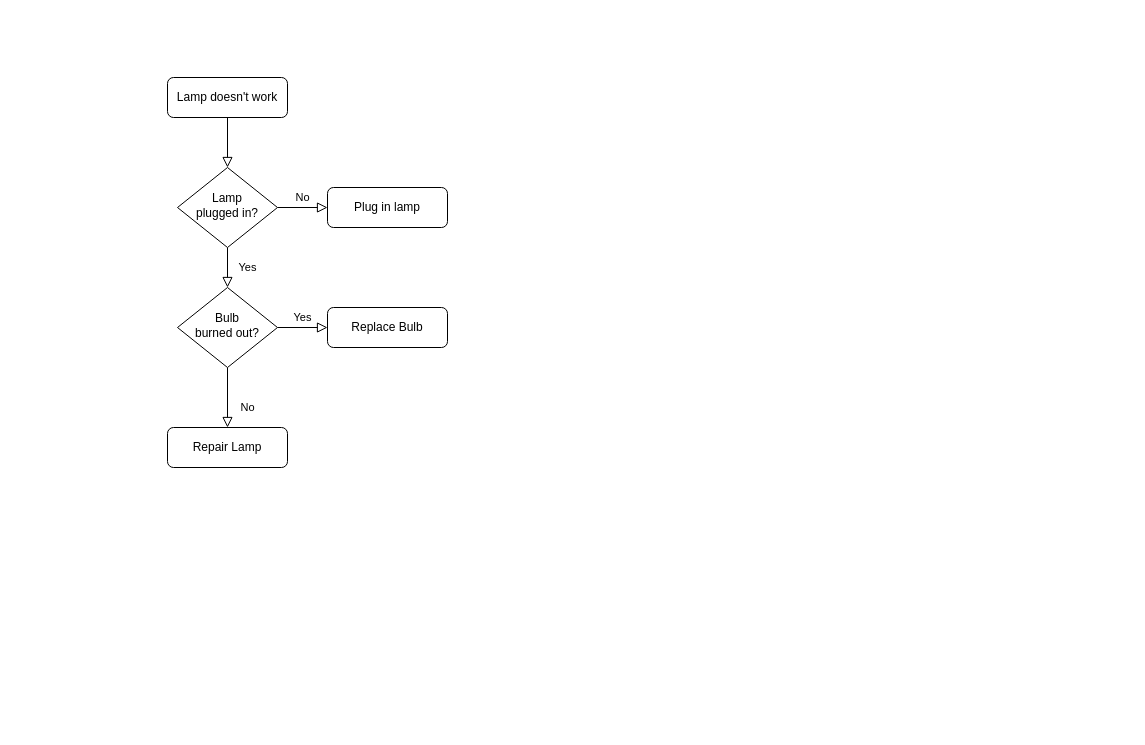
This is Untitled Diagram.drawio from Austin926/code, a draw.io file, before an edit. Source tidied: cells renumbered, new cells numbered last; positions are measured from the earlier drawing's top-left corner, leaving out a move shared by most shapes. Both pictures are drawn from the tidied source at 100%, with x=0, y=0 at pixel (167, 77).
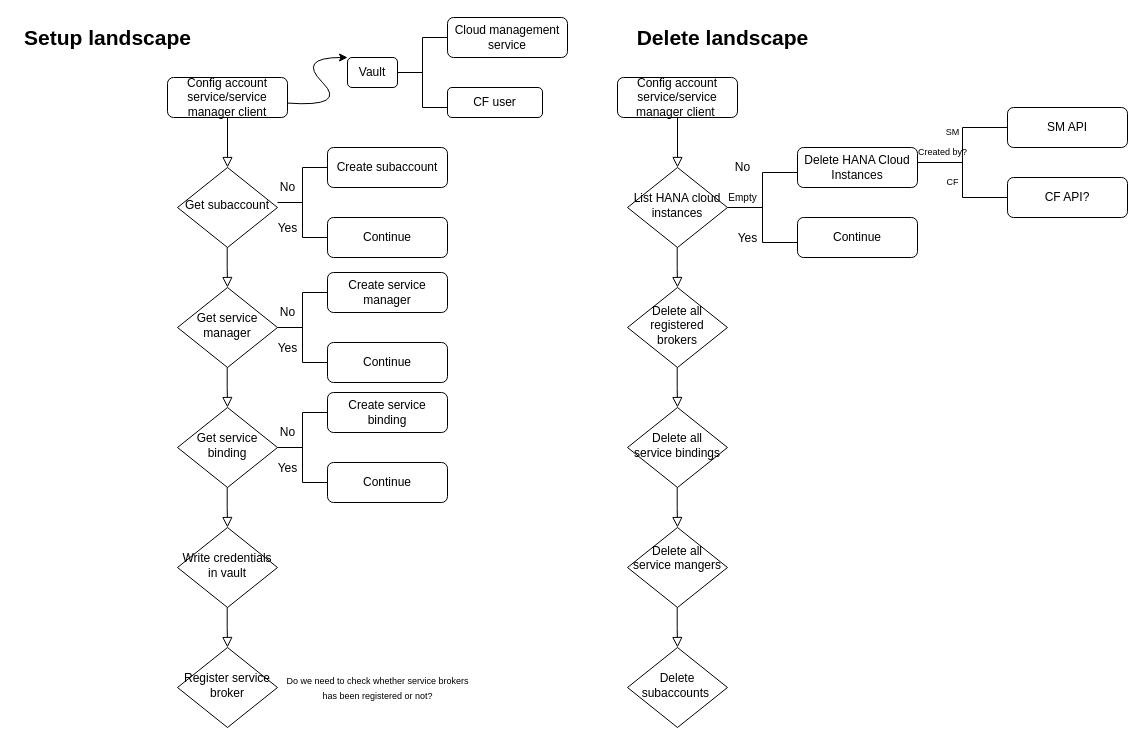
The same page after the edit.

Commit message:
subaccount model

Diff of the diagram source:
```diff
@@
-    <mxCell id="3" value="Lamp doesn't work" style="rounded=1;whiteSpace=wrap;html=1;fontSize=12;glass=0;strokeWidth=1;shadow=0;" parent="1" vertex="1">
+    <mxCell id="3" value="Config account service/service manager client" style="rounded=1;whiteSpace=wrap;html=1;fontSize=12;glass=0;strokeWidth=1;shadow=0;" parent="1" vertex="1">
       <mxGeometry width="120" height="40" as="geometry" />
     </mxCell>
-    <mxCell id="4" value="Yes" style="rounded=0;html=1;jettySize=auto;fontSize=11;endArrow=block;endFill=0;endSize=8;strokeWidth=1;shadow=0;labelBackgroundColor=none;edgeStyle=orthogonalEdgeStyle;" parent="1" edge="1" source="6" target="10">
-      <mxGeometry y="20" relative="1" as="geometry" />
-    </mxCell>
-    <mxCell id="5" value="No" style="edgeStyle=orthogonalEdgeStyle;rounded=0;html=1;jettySize=auto;fontSize=11;endArrow=block;endFill=0;endSize=8;strokeWidth=1;shadow=0;labelBackgroundColor=none;" parent="1" edge="1" source="6" target="7">
-      <mxGeometry y="10" relative="1" as="geometry" />
-    </mxCell>
-    <mxCell id="6" value="Lamp&lt;br&gt;plugged in?" style="rhombus;whiteSpace=wrap;html=1;shadow=0;fontFamily=Helvetica;fontSize=12;align=center;strokeWidth=1;spacing=6;spacingTop=-4;" parent="1" vertex="1">
+    <mxCell id="6" value="Get subaccount" style="rhombus;whiteSpace=wrap;html=1;shadow=0;fontFamily=Helvetica;fontSize=12;align=center;strokeWidth=1;spacing=6;spacingTop=-4;" parent="1" vertex="1">
       <mxGeometry x="10" y="90" width="100" height="80" as="geometry" />
     </mxCell>
-    <mxCell id="7" value="Plug in lamp" style="rounded=1;whiteSpace=wrap;html=1;fontSize=12;glass=0;strokeWidth=1;shadow=0;" parent="1" vertex="1">
-      <mxGeometry x="160" y="110" width="120" height="40" as="geometry" />
+    <mxCell id="7" value="Create subaccount" style="rounded=1;whiteSpace=wrap;html=1;fontSize=12;glass=0;strokeWidth=1;shadow=0;" parent="1" vertex="1">
+      <mxGeometry x="160" y="70" width="120" height="40" as="geometry" />
     </mxCell>
-    <mxCell id="8" value="No" style="rounded=0;html=1;jettySize=auto;fontSize=11;endArrow=block;endFill=0;endSize=8;strokeWidth=1;shadow=0;labelBackgroundColor=none;edgeStyle=orthogonalEdgeStyle;" parent="1" edge="1" source="10" target="11">
-      <mxGeometry x="0.33" y="20" relative="1" as="geometry" />
-    </mxCell>
-    <mxCell id="9" value="Yes" style="edgeStyle=orthogonalEdgeStyle;rounded=0;html=1;jettySize=auto;fontSize=11;endArrow=block;endFill=0;endSize=8;strokeWidth=1;shadow=0;labelBackgroundColor=none;" parent="1" edge="1" source="10" target="12">
-      <mxGeometry y="10" relative="1" as="geometry" />
-    </mxCell>
-    <mxCell id="10" value="Bulb&lt;br&gt;burned out?" style="rhombus;whiteSpace=wrap;html=1;shadow=0;fontFamily=Helvetica;fontSize=12;align=center;strokeWidth=1;spacing=6;spacingTop=-4;" parent="1" vertex="1">
+    <mxCell id="10" value="Get service manager" style="rhombus;whiteSpace=wrap;html=1;shadow=0;fontFamily=Helvetica;fontSize=12;align=center;strokeWidth=1;spacing=6;spacingTop=-4;" parent="1" vertex="1">
       <mxGeometry x="10" y="210" width="100" height="80" as="geometry" />
     </mxCell>
-    <mxCell id="11" value="Repair Lamp" style="rounded=1;whiteSpace=wrap;html=1;fontSize=12;glass=0;strokeWidth=1;shadow=0;" parent="1" vertex="1">
-      <mxGeometry y="350" width="120" height="40" as="geometry" />
-    </mxCell>
-    <mxCell id="12" value="Replace Bulb" style="rounded=1;whiteSpace=wrap;html=1;fontSize=12;glass=0;strokeWidth=1;shadow=0;" parent="1" vertex="1">
-      <mxGeometry x="160" y="230" width="120" height="40" as="geometry" />
-    </mxCell>
+    <mxCell id="13" style="strokeWidth=1;html=1;shape=mxgraph.flowchart.annotation_2;align=left;labelPosition=right;strokeColor=default;fillColor=default;" parent="1" vertex="1">
+      <mxGeometry x="110" y="90" width="50" height="70" as="geometry" />
+    </mxCell>
+    <mxCell id="14" value="Continue" style="rounded=1;whiteSpace=wrap;html=1;fontSize=12;glass=0;strokeWidth=1;shadow=0;" parent="1" vertex="1">
+      <mxGeometry x="160" y="140" width="120" height="40" as="geometry" />
+    </mxCell>
+    <mxCell id="15" value="No" style="text;html=1;align=center;verticalAlign=middle;fillColor=none;strokeColor=none;rounded=0;" parent="1" vertex="1">
+      <mxGeometry x="105" y="100" width="30" height="20" as="geometry" />
+    </mxCell>
+    <mxCell id="16" value="&lt;p style=&quot;line-height: 1&quot;&gt;Yes&lt;/p&gt;" style="text;html=1;align=center;verticalAlign=middle;fillColor=none;strokeColor=none;rounded=0;" parent="1" vertex="1">
+      <mxGeometry x="100" y="130" width="40" height="40" as="geometry" />
+    </mxCell>
+    <mxCell id="17" style="rounded=0;html=1;jettySize=auto;orthogonalLoop=1;fontSize=11;endArrow=block;endFill=0;endSize=8;strokeWidth=1;shadow=0;labelBackgroundColor=none;edgeStyle=orthogonalEdgeStyle;" parent="1" edge="1">
+      <mxGeometry relative="1" as="geometry">
+        <mxPoint x="59.7" y="170" as="sourcePoint" />
+        <mxPoint x="60" y="210" as="targetPoint" />
+        <Array as="points">
+          <mxPoint x="60" y="190" />
+        </Array>
+      </mxGeometry>
+    </mxCell>
+    <mxCell id="18" value="Create service manager" style="rounded=1;whiteSpace=wrap;html=1;fontSize=12;glass=0;strokeWidth=1;shadow=0;" parent="1" vertex="1">
+      <mxGeometry x="160" y="195" width="120" height="40" as="geometry" />
+    </mxCell>
+    <mxCell id="19" style="strokeWidth=1;html=1;shape=mxgraph.flowchart.annotation_2;align=left;labelPosition=right;strokeColor=default;fillColor=default;" parent="1" vertex="1">
+      <mxGeometry x="110" y="215" width="50" height="70" as="geometry" />
+    </mxCell>
+    <mxCell id="20" value="Continue" style="rounded=1;whiteSpace=wrap;html=1;fontSize=12;glass=0;strokeWidth=1;shadow=0;" parent="1" vertex="1">
+      <mxGeometry x="160" y="265" width="120" height="40" as="geometry" />
+    </mxCell>
+    <mxCell id="21" value="No" style="text;html=1;align=center;verticalAlign=middle;fillColor=none;strokeColor=none;rounded=0;" parent="1" vertex="1">
+      <mxGeometry x="105" y="225" width="30" height="20" as="geometry" />
+    </mxCell>
+    <mxCell id="22" value="&lt;p style=&quot;line-height: 1&quot;&gt;Yes&lt;/p&gt;" style="text;html=1;align=center;verticalAlign=middle;fillColor=none;strokeColor=none;rounded=0;" parent="1" vertex="1">
+      <mxGeometry x="100" y="250" width="40" height="40" as="geometry" />
+    </mxCell>
+    <mxCell id="23" value="Get service binding" style="rhombus;whiteSpace=wrap;html=1;shadow=0;fontFamily=Helvetica;fontSize=12;align=center;strokeWidth=1;spacing=6;spacingTop=-4;" parent="1" vertex="1">
+      <mxGeometry x="10" y="330" width="100" height="80" as="geometry" />
+    </mxCell>
+    <mxCell id="24" style="rounded=0;html=1;jettySize=auto;orthogonalLoop=1;fontSize=11;endArrow=block;endFill=0;endSize=8;strokeWidth=1;shadow=0;labelBackgroundColor=none;edgeStyle=orthogonalEdgeStyle;" parent="1" edge="1">
+      <mxGeometry relative="1" as="geometry">
+        <mxPoint x="59.7" y="290" as="sourcePoint" />
+        <mxPoint x="60" y="330" as="targetPoint" />
+        <Array as="points">
+          <mxPoint x="60" y="310" />
+        </Array>
+      </mxGeometry>
+    </mxCell>
+    <mxCell id="25" value="Create service binding" style="rounded=1;whiteSpace=wrap;html=1;fontSize=12;glass=0;strokeWidth=1;shadow=0;" parent="1" vertex="1">
+      <mxGeometry x="160" y="315" width="120" height="40" as="geometry" />
+    </mxCell>
+    <mxCell id="26" style="strokeWidth=1;html=1;shape=mxgraph.flowchart.annotation_2;align=left;labelPosition=right;strokeColor=default;fillColor=default;" parent="1" vertex="1">
+      <mxGeometry x="110" y="335" width="50" height="70" as="geometry" />
+    </mxCell>
+    <mxCell id="27" value="Continue" style="rounded=1;whiteSpace=wrap;html=1;fontSize=12;glass=0;strokeWidth=1;shadow=0;" parent="1" vertex="1">
+      <mxGeometry x="160" y="385" width="120" height="40" as="geometry" />
+    </mxCell>
+    <mxCell id="28" value="No" style="text;html=1;align=center;verticalAlign=middle;fillColor=none;strokeColor=none;rounded=0;" parent="1" vertex="1">
+      <mxGeometry x="105" y="345" width="30" height="20" as="geometry" />
+    </mxCell>
+    <mxCell id="29" value="&lt;p style=&quot;line-height: 1&quot;&gt;Yes&lt;/p&gt;" style="text;html=1;align=center;verticalAlign=middle;fillColor=none;strokeColor=none;rounded=0;" parent="1" vertex="1">
+      <mxGeometry x="100" y="370" width="40" height="40" as="geometry" />
+    </mxCell>
+    <mxCell id="30" value="Write credentials in vault" style="rhombus;whiteSpace=wrap;html=1;shadow=0;fontFamily=Helvetica;fontSize=12;align=center;strokeWidth=1;spacing=6;spacingTop=-4;" parent="1" vertex="1">
+      <mxGeometry x="10" y="450" width="100" height="80" as="geometry" />
+    </mxCell>
+    <mxCell id="31" style="rounded=0;html=1;jettySize=auto;orthogonalLoop=1;fontSize=11;endArrow=block;endFill=0;endSize=8;strokeWidth=1;shadow=0;labelBackgroundColor=none;edgeStyle=orthogonalEdgeStyle;" parent="1" edge="1">
+      <mxGeometry relative="1" as="geometry">
+        <mxPoint x="59.7" y="410" as="sourcePoint" />
+        <mxPoint x="60" y="450" as="targetPoint" />
+        <Array as="points">
+          <mxPoint x="60" y="430" />
+        </Array>
+      </mxGeometry>
+    </mxCell>
+    <mxCell id="32" value="&lt;b&gt;&lt;font style=&quot;font-size: 21px&quot;&gt;Setup landscape&lt;/font&gt;&lt;/b&gt;" style="text;html=1;align=center;verticalAlign=middle;fillColor=none;strokeColor=none;rounded=0;" parent="1" vertex="1">
+      <mxGeometry x="-150" y="-50" width="180" height="20" as="geometry" />
+    </mxCell>
+    <mxCell id="33" style="rounded=0;html=1;jettySize=auto;fontSize=11;endArrow=block;endFill=0;endSize=8;strokeWidth=1;shadow=0;labelBackgroundColor=none;edgeStyle=orthogonalEdgeStyle;" parent="1" edge="1" source="34" target="35">
+      <mxGeometry relative="1" as="geometry" />
+    </mxCell>
+    <mxCell id="34" value="Config account service/service manager client&amp;nbsp;" style="rounded=1;whiteSpace=wrap;html=1;fontSize=12;glass=0;strokeWidth=1;shadow=0;" parent="1" vertex="1">
+      <mxGeometry x="450" width="120" height="40" as="geometry" />
+    </mxCell>
+    <mxCell id="35" value="List HANA cloud instances" style="rhombus;whiteSpace=wrap;html=1;shadow=0;fontFamily=Helvetica;fontSize=12;align=center;strokeWidth=1;spacing=6;spacingTop=-4;" parent="1" vertex="1">
+      <mxGeometry x="460" y="90" width="100" height="80" as="geometry" />
+    </mxCell>
+    <mxCell id="36" value="Delete HANA Cloud Instances" style="rounded=1;whiteSpace=wrap;html=1;fontSize=12;glass=0;strokeWidth=1;shadow=0;" parent="1" vertex="1">
+      <mxGeometry x="630" y="70" width="120" height="40" as="geometry" />
+    </mxCell>
+    <mxCell id="37" value="Delete all registered brokers" style="rhombus;whiteSpace=wrap;html=1;shadow=0;fontFamily=Helvetica;fontSize=12;align=center;strokeWidth=1;spacing=6;spacingTop=-4;" parent="1" vertex="1">
+      <mxGeometry x="460" y="210" width="100" height="80" as="geometry" />
+    </mxCell>
+    <mxCell id="38" style="strokeWidth=1;html=1;shape=mxgraph.flowchart.annotation_2;align=left;labelPosition=right;strokeColor=default;fillColor=default;" parent="1" vertex="1">
+      <mxGeometry x="560" y="95" width="70" height="70" as="geometry" />
+    </mxCell>
+    <mxCell id="39" value="Continue" style="rounded=1;whiteSpace=wrap;html=1;fontSize=12;glass=0;strokeWidth=1;shadow=0;" parent="1" vertex="1">
+      <mxGeometry x="630" y="140" width="120" height="40" as="geometry" />
+    </mxCell>
+    <mxCell id="40" value="&lt;p style=&quot;line-height: 1; font-size: 10px;&quot;&gt;Empty&lt;/p&gt;" style="text;html=1;align=center;verticalAlign=middle;fillColor=none;strokeColor=none;rounded=0;fontSize=10;" parent="1" vertex="1">
+      <mxGeometry x="555" y="100" width="40" height="40" as="geometry" />
+    </mxCell>
+    <mxCell id="41" style="rounded=0;html=1;jettySize=auto;orthogonalLoop=1;fontSize=11;endArrow=block;endFill=0;endSize=8;strokeWidth=1;shadow=0;labelBackgroundColor=none;edgeStyle=orthogonalEdgeStyle;" parent="1" edge="1">
+      <mxGeometry relative="1" as="geometry">
+        <mxPoint x="509.7" y="170" as="sourcePoint" />
+        <mxPoint x="510" y="210" as="targetPoint" />
+        <Array as="points">
+          <mxPoint x="510" y="190" />
+        </Array>
+      </mxGeometry>
+    </mxCell>
+    <mxCell id="42" value="Delete all service bindings" style="rhombus;whiteSpace=wrap;html=1;shadow=0;fontFamily=Helvetica;fontSize=12;align=center;strokeWidth=1;spacing=6;spacingTop=-4;" parent="1" vertex="1">
+      <mxGeometry x="460" y="330" width="100" height="80" as="geometry" />
+    </mxCell>
+    <mxCell id="43" style="rounded=0;html=1;jettySize=auto;orthogonalLoop=1;fontSize=11;endArrow=block;endFill=0;endSize=8;strokeWidth=1;shadow=0;labelBackgroundColor=none;edgeStyle=orthogonalEdgeStyle;" parent="1" edge="1">
+      <mxGeometry relative="1" as="geometry">
+        <mxPoint x="509.7" y="290" as="sourcePoint" />
+        <mxPoint x="510" y="330" as="targetPoint" />
+        <Array as="points">
+          <mxPoint x="510" y="310" />
+        </Array>
+      </mxGeometry>
+    </mxCell>
+    <mxCell id="44" value="Delete all service mangers&lt;br&gt;&amp;nbsp;" style="rhombus;whiteSpace=wrap;html=1;shadow=0;fontFamily=Helvetica;fontSize=12;align=center;strokeWidth=1;spacing=6;spacingTop=-4;" parent="1" vertex="1">
+      <mxGeometry x="460" y="450" width="100" height="80" as="geometry" />
+    </mxCell>
+    <mxCell id="45" style="rounded=0;html=1;jettySize=auto;orthogonalLoop=1;fontSize=11;endArrow=block;endFill=0;endSize=8;strokeWidth=1;shadow=0;labelBackgroundColor=none;edgeStyle=orthogonalEdgeStyle;" parent="1" edge="1">
+      <mxGeometry relative="1" as="geometry">
+        <mxPoint x="509.7" y="410" as="sourcePoint" />
+        <mxPoint x="510" y="450" as="targetPoint" />
+        <Array as="points">
+          <mxPoint x="510" y="430" />
+        </Array>
+      </mxGeometry>
+    </mxCell>
+    <mxCell id="46" value="&lt;b&gt;&lt;font style=&quot;font-size: 21px&quot;&gt;Delete landscape&lt;/font&gt;&lt;/b&gt;" style="text;html=1;align=center;verticalAlign=middle;fillColor=none;strokeColor=none;rounded=0;" parent="1" vertex="1">
+      <mxGeometry x="460" y="-50" width="190" height="20" as="geometry" />
+    </mxCell>
+    <mxCell id="47" value="SM API" style="rounded=1;whiteSpace=wrap;html=1;fontSize=12;glass=0;strokeWidth=1;shadow=0;" parent="1" vertex="1">
+      <mxGeometry x="840" y="30" width="120" height="40" as="geometry" />
+    </mxCell>
+    <mxCell id="48" style="strokeWidth=1;html=1;shape=mxgraph.flowchart.annotation_2;align=left;labelPosition=right;strokeColor=default;fillColor=default;" parent="1" vertex="1">
+      <mxGeometry x="750" y="50" width="90" height="70" as="geometry" />
+    </mxCell>
+    <mxCell id="49" value="CF API?" style="rounded=1;whiteSpace=wrap;html=1;fontSize=12;glass=0;strokeWidth=1;shadow=0;" parent="1" vertex="1">
+      <mxGeometry x="840" y="100" width="120" height="40" as="geometry" />
+    </mxCell>
+    <mxCell id="50" value="&lt;p style=&quot;line-height: 1&quot;&gt;Yes&lt;/p&gt;" style="text;html=1;align=center;verticalAlign=middle;fillColor=none;strokeColor=none;rounded=0;" parent="1" vertex="1">
+      <mxGeometry x="560" y="140" width="40" height="40" as="geometry" />
+    </mxCell>
+    <mxCell id="51" value="No" style="text;html=1;align=center;verticalAlign=middle;fillColor=none;strokeColor=none;rounded=0;" parent="1" vertex="1">
+      <mxGeometry x="560" y="80" width="30" height="20" as="geometry" />
+    </mxCell>
+    <mxCell id="52" value="&lt;p style=&quot;line-height: 1; font-size: 9px;&quot;&gt;Created by?&lt;/p&gt;" style="text;html=1;align=center;verticalAlign=middle;fillColor=none;strokeColor=none;rounded=0;fontSize=9;" parent="1" vertex="1">
+      <mxGeometry x="745" y="60" width="60" height="30" as="geometry" />
+    </mxCell>
+    <mxCell id="53" value="&lt;p style=&quot;line-height: 1 ; font-size: 9px&quot;&gt;SM&lt;/p&gt;" style="text;html=1;align=center;verticalAlign=middle;fillColor=none;strokeColor=none;rounded=0;fontSize=9;" parent="1" vertex="1">
+      <mxGeometry x="770" y="40" width="30" height="30" as="geometry" />
+    </mxCell>
+    <mxCell id="54" value="&lt;p style=&quot;line-height: 1; font-size: 9px;&quot;&gt;CF&lt;/p&gt;" style="text;html=1;align=center;verticalAlign=middle;fillColor=none;strokeColor=none;rounded=0;fontSize=9;" parent="1" vertex="1">
+      <mxGeometry x="770" y="90" width="30" height="30" as="geometry" />
+    </mxCell>
+    <mxCell id="55" value="Delete subaccounts&amp;nbsp;" style="rhombus;whiteSpace=wrap;html=1;shadow=0;fontFamily=Helvetica;fontSize=12;align=center;strokeWidth=1;spacing=6;spacingTop=-4;" parent="1" vertex="1">
+      <mxGeometry x="460" y="570" width="100" height="80" as="geometry" />
+    </mxCell>
+    <mxCell id="56" style="rounded=0;html=1;jettySize=auto;orthogonalLoop=1;fontSize=11;endArrow=block;endFill=0;endSize=8;strokeWidth=1;shadow=0;labelBackgroundColor=none;edgeStyle=orthogonalEdgeStyle;" parent="1" edge="1">
+      <mxGeometry relative="1" as="geometry">
+        <mxPoint x="509.7" y="530" as="sourcePoint" />
+        <mxPoint x="510" y="570" as="targetPoint" />
+        <Array as="points">
+          <mxPoint x="510" y="550" />
+        </Array>
+      </mxGeometry>
+    </mxCell>
+    <mxCell id="57" value="Register service broker" style="rhombus;whiteSpace=wrap;html=1;shadow=0;fontFamily=Helvetica;fontSize=12;align=center;strokeWidth=1;spacing=6;spacingTop=-4;" parent="1" vertex="1">
+      <mxGeometry x="10" y="570" width="100" height="80" as="geometry" />
+    </mxCell>
+    <mxCell id="58" style="rounded=0;html=1;jettySize=auto;orthogonalLoop=1;fontSize=11;endArrow=block;endFill=0;endSize=8;strokeWidth=1;shadow=0;labelBackgroundColor=none;edgeStyle=orthogonalEdgeStyle;" parent="1" edge="1">
+      <mxGeometry relative="1" as="geometry">
+        <mxPoint x="59.7" y="530" as="sourcePoint" />
+        <mxPoint x="60" y="570" as="targetPoint" />
+        <Array as="points">
+          <mxPoint x="60" y="550" />
+        </Array>
+      </mxGeometry>
+    </mxCell>
+    <mxCell id="59" value="&lt;font style=&quot;font-size: 9px&quot;&gt;Do we need to check whether service brokers &lt;br&gt;has been registered or not?&lt;/font&gt;" style="text;html=1;align=center;verticalAlign=middle;fillColor=none;strokeColor=none;rounded=0;" parent="1" vertex="1">
+      <mxGeometry x="110" y="590" width="200" height="40" as="geometry" />
+    </mxCell>
+    <mxCell id="60" value="Vault" style="rounded=1;whiteSpace=wrap;html=1;fontSize=12;glass=0;strokeWidth=1;shadow=0;" parent="1" vertex="1">
+      <mxGeometry x="180" y="-20" width="50" height="30" as="geometry" />
+    </mxCell>
+    <mxCell id="61" style="curved=1;endArrow=classic;html=1;rounded=0;fontSize=9;exitX=0.996;exitY=0.639;exitDx=0;exitDy=0;exitPerimeter=0;" parent="1" edge="1" source="3">
+      <mxGeometry relative="1" as="geometry">
+        <mxPoint x="180" y="-20" as="targetPoint" />
+        <Array as="points">
+          <mxPoint x="180" y="30" />
+          <mxPoint x="130" y="-20" />
+        </Array>
+      </mxGeometry>
+    </mxCell>
+    <mxCell id="62" value="Cloud management service" style="rounded=1;whiteSpace=wrap;html=1;fontSize=12;glass=0;strokeWidth=1;shadow=0;" parent="1" vertex="1">
+      <mxGeometry x="280" y="-60" width="120" height="40" as="geometry" />
+    </mxCell>
+    <mxCell id="63" style="strokeWidth=1;html=1;shape=mxgraph.flowchart.annotation_2;align=left;labelPosition=right;strokeColor=default;fillColor=default;" parent="1" vertex="1">
+      <mxGeometry x="230" y="-40" width="50" height="70" as="geometry" />
+    </mxCell>
+    <mxCell id="64" value="CF user" style="rounded=1;whiteSpace=wrap;html=1;fontSize=12;glass=0;strokeWidth=1;shadow=0;" parent="1" vertex="1">
+      <mxGeometry x="280" y="10" width="95" height="30" as="geometry" />
+    </mxCell>
```
